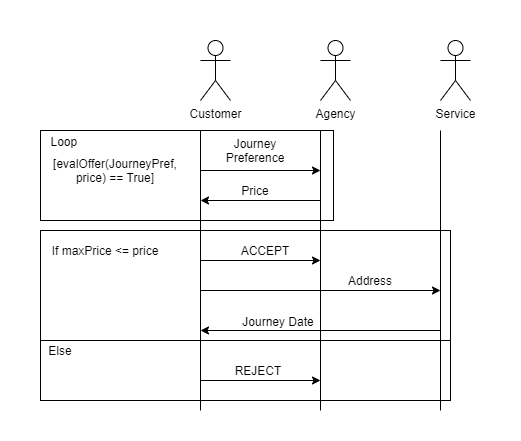
Before: Paper/Algorithm.png, a diagram exported from draw.io (MyNameIsSpike/Go-Rust-FreeST). Source tidied: cells renumbered, new cells last; positions are measured from the earlier drawing's top-left corner, leaving out a move shared by most shapes. The source it was exported from:
```xml
<mxGraphModel background="#ffffff">
  <root>
    <mxCell id="0" />
    <mxCell id="1" parent="0" />
    <mxCell id="2" value="Customer" style="shape=umlActor;verticalLabelPosition=bottom;verticalAlign=top;html=1;fillColor=none;" parent="1" vertex="1">
      <mxGeometry x="200" y="40" width="30" height="60" as="geometry" />
    </mxCell>
    <mxCell id="3" value="Agency" style="shape=umlActor;verticalLabelPosition=bottom;verticalAlign=top;html=1;fillColor=none;" parent="1" vertex="1">
      <mxGeometry x="320" y="40" width="30" height="60" as="geometry" />
    </mxCell>
    <mxCell id="4" value="Service&lt;br&gt;" style="shape=umlActor;verticalLabelPosition=bottom;verticalAlign=top;html=1;fillColor=none;" parent="1" vertex="1">
      <mxGeometry x="440" y="40" width="30" height="60" as="geometry" />
    </mxCell>
    <mxCell id="5" style="endArrow=none;html=1;" parent="1" edge="1">
      <mxGeometry relative="1" as="geometry">
        <mxPoint x="200" y="410" as="sourcePoint" />
        <mxPoint x="200" y="130" as="targetPoint" />
      </mxGeometry>
    </mxCell>
    <mxCell id="6" style="endArrow=none;html=1;" parent="1" edge="1">
      <mxGeometry relative="1" as="geometry">
        <mxPoint x="320" y="410" as="sourcePoint" />
        <mxPoint x="320" y="130" as="targetPoint" />
      </mxGeometry>
    </mxCell>
    <mxCell id="7" style="endArrow=none;html=1;" parent="1" edge="1">
      <mxGeometry relative="1" as="geometry">
        <mxPoint x="440" y="410" as="sourcePoint" />
        <mxPoint x="440" y="130" as="targetPoint" />
      </mxGeometry>
    </mxCell>
    <mxCell id="8" style="endArrow=classic;html=1;" parent="1" edge="1">
      <mxGeometry relative="1" as="geometry">
        <mxPoint x="200" y="170" as="sourcePoint" />
        <mxPoint x="320" y="170" as="targetPoint" />
      </mxGeometry>
    </mxCell>
    <mxCell id="9" style="rounded=0;whiteSpace=wrap;html=1;fillColor=none;" parent="1" vertex="1">
      <mxGeometry x="40" y="130" width="293" height="90" as="geometry" />
    </mxCell>
    <mxCell id="10" style="endArrow=classic;html=1;" parent="1" edge="1">
      <mxGeometry relative="1" as="geometry">
        <mxPoint x="320" y="200" as="sourcePoint" />
        <mxPoint x="200" y="200" as="targetPoint" />
      </mxGeometry>
    </mxCell>
    <mxCell id="11" value="Journey Preference" style="text;html=1;strokeColor=none;fillColor=none;align=center;verticalAlign=middle;whiteSpace=wrap;rounded=0;" parent="1" vertex="1">
      <mxGeometry x="210" y="140" width="90" height="20" as="geometry" />
    </mxCell>
    <mxCell id="12" value="Price" style="text;html=1;strokeColor=none;fillColor=none;align=center;verticalAlign=middle;whiteSpace=wrap;rounded=0;" parent="1" vertex="1">
      <mxGeometry x="235" y="180" width="40" height="20" as="geometry" />
    </mxCell>
    <mxCell id="13" value="Loop&amp;nbsp;" style="text;html=1;strokeColor=none;fillColor=none;align=center;verticalAlign=middle;whiteSpace=wrap;rounded=0;" parent="1" vertex="1">
      <mxGeometry x="40" y="130" width="51" height="22" as="geometry" />
    </mxCell>
    <mxCell id="14" value="[evalOffer(JourneyPref, price) == True]" style="text;html=1;strokeColor=none;fillColor=none;align=center;verticalAlign=middle;whiteSpace=wrap;rounded=0;" parent="1" vertex="1">
      <mxGeometry x="40" y="160" width="150" height="20" as="geometry" />
    </mxCell>
    <mxCell id="15" style="endArrow=classic;html=1;" parent="1" edge="1">
      <mxGeometry relative="1" as="geometry">
        <mxPoint x="200" y="260" as="sourcePoint" />
        <mxPoint x="320" y="260" as="targetPoint" />
      </mxGeometry>
    </mxCell>
    <mxCell id="16" style="endArrow=classic;html=1;" parent="1" edge="1">
      <mxGeometry relative="1" as="geometry">
        <mxPoint x="440" y="330" as="sourcePoint" />
        <mxPoint x="200" y="330" as="targetPoint" />
      </mxGeometry>
    </mxCell>
    <mxCell id="17" value="ACCEPT" style="text;html=1;strokeColor=none;fillColor=none;align=center;verticalAlign=middle;whiteSpace=wrap;rounded=0;" parent="1" vertex="1">
      <mxGeometry x="230" y="240" width="70" height="20" as="geometry" />
    </mxCell>
    <mxCell id="18" style="endArrow=classic;html=1;" parent="1" edge="1">
      <mxGeometry relative="1" as="geometry">
        <mxPoint x="200" y="290" as="sourcePoint" />
        <mxPoint x="440" y="290" as="targetPoint" />
      </mxGeometry>
    </mxCell>
    <mxCell id="19" value="Address" style="text;html=1;strokeColor=none;fillColor=none;align=center;verticalAlign=middle;whiteSpace=wrap;rounded=0;" parent="1" vertex="1">
      <mxGeometry x="340" y="270" width="60" height="20" as="geometry" />
    </mxCell>
    <mxCell id="20" value="Journey Date" style="text;html=1;strokeColor=none;fillColor=none;align=center;verticalAlign=middle;whiteSpace=wrap;rounded=0;" parent="1" vertex="1">
      <mxGeometry x="223" y="320" width="110" as="geometry" />
    </mxCell>
    <mxCell id="21" value="REJECT" style="text;html=1;strokeColor=none;fillColor=none;align=center;verticalAlign=middle;whiteSpace=wrap;rounded=0;" parent="1" vertex="1">
      <mxGeometry x="223" y="360" width="70" height="20" as="geometry" />
    </mxCell>
    <mxCell id="22" style="endArrow=classic;html=1;" parent="1" edge="1">
      <mxGeometry relative="1" as="geometry">
        <mxPoint x="200" y="380" as="sourcePoint" />
        <mxPoint x="320" y="380" as="targetPoint" />
      </mxGeometry>
    </mxCell>
    <mxCell id="23" style="rounded=0;whiteSpace=wrap;html=1;fillColor=none;" parent="1" vertex="1">
      <mxGeometry x="40" y="230" width="410" height="110" as="geometry" />
    </mxCell>
    <mxCell id="24" value="If maxPrice &amp;lt;= price" style="text;html=1;strokeColor=none;fillColor=none;align=center;verticalAlign=middle;whiteSpace=wrap;rounded=0;" parent="1" vertex="1">
      <mxGeometry x="40" y="240" width="130" height="20" as="geometry" />
    </mxCell>
    <mxCell id="25" style="rounded=0;whiteSpace=wrap;html=1;fillColor=none;" parent="1" vertex="1">
      <mxGeometry x="40" y="340" width="410" height="60" as="geometry" />
    </mxCell>
    <mxCell id="26" value="Else" style="text;html=1;strokeColor=none;fillColor=none;align=center;verticalAlign=middle;whiteSpace=wrap;rounded=0;" parent="1" vertex="1">
      <mxGeometry x="40" y="340" width="40" height="20" as="geometry" />
    </mxCell>
    <mxCell id="27" style="rounded=0;whiteSpace=wrap;html=1;fillColor=none;strokeWidth=1;opacity=0;" parent="1" vertex="1">
      <mxGeometry width="520" height="440" as="geometry" />
    </mxCell>
  </root>
</mxGraphModel>
```
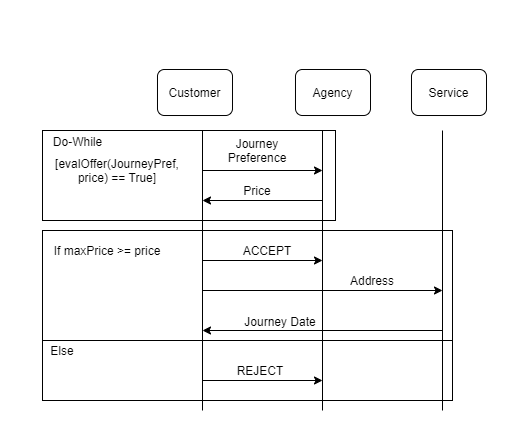
After the change.

What changed in the source:
```diff
@@ -1,16 +1,7 @@
-<mxGraphModel background="#ffffff">
+<mxGraphModel>
   <root>
     <mxCell id="0" />
     <mxCell id="1" parent="0" />
-    <mxCell id="2" value="Customer" style="shape=umlActor;verticalLabelPosition=bottom;verticalAlign=top;html=1;fillColor=none;" parent="1" vertex="1">
-      <mxGeometry x="200" y="40" width="30" height="60" as="geometry" />
-    </mxCell>
-    <mxCell id="3" value="Agency" style="shape=umlActor;verticalLabelPosition=bottom;verticalAlign=top;html=1;fillColor=none;" parent="1" vertex="1">
-      <mxGeometry x="320" y="40" width="30" height="60" as="geometry" />
-    </mxCell>
-    <mxCell id="4" value="Service&lt;br&gt;" style="shape=umlActor;verticalLabelPosition=bottom;verticalAlign=top;html=1;fillColor=none;" parent="1" vertex="1">
-      <mxGeometry x="440" y="40" width="30" height="60" as="geometry" />
-    </mxCell>
     <mxCell id="5" style="endArrow=none;html=1;" parent="1" edge="1">
       <mxGeometry relative="1" as="geometry">
         <mxPoint x="200" y="410" as="sourcePoint" />
@@ -50,8 +41,8 @@
     <mxCell id="12" value="Price" style="text;html=1;strokeColor=none;fillColor=none;align=center;verticalAlign=middle;whiteSpace=wrap;rounded=0;" parent="1" vertex="1">
       <mxGeometry x="235" y="180" width="40" height="20" as="geometry" />
     </mxCell>
-    <mxCell id="13" value="Loop&amp;nbsp;" style="text;html=1;strokeColor=none;fillColor=none;align=center;verticalAlign=middle;whiteSpace=wrap;rounded=0;" parent="1" vertex="1">
-      <mxGeometry x="40" y="130" width="51" height="22" as="geometry" />
+    <mxCell id="13" value="Do-While" style="text;html=1;strokeColor=none;fillColor=none;align=center;verticalAlign=middle;whiteSpace=wrap;rounded=0;" parent="1" vertex="1">
+      <mxGeometry x="40" y="130" width="71" height="22" as="geometry" />
     </mxCell>
     <mxCell id="14" value="[evalOffer(JourneyPref, price) == True]" style="text;html=1;strokeColor=none;fillColor=none;align=center;verticalAlign=middle;whiteSpace=wrap;rounded=0;" parent="1" vertex="1">
       <mxGeometry x="40" y="160" width="150" height="20" as="geometry" />
@@ -95,7 +86,7 @@
     <mxCell id="23" style="rounded=0;whiteSpace=wrap;html=1;fillColor=none;" parent="1" vertex="1">
       <mxGeometry x="40" y="230" width="410" height="110" as="geometry" />
     </mxCell>
-    <mxCell id="24" value="If maxPrice &amp;lt;= price" style="text;html=1;strokeColor=none;fillColor=none;align=center;verticalAlign=middle;whiteSpace=wrap;rounded=0;" parent="1" vertex="1">
+    <mxCell id="24" value="If maxPrice &amp;gt;= price" style="text;html=1;strokeColor=none;fillColor=none;align=center;verticalAlign=middle;whiteSpace=wrap;rounded=0;" parent="1" vertex="1">
       <mxGeometry x="40" y="240" width="130" height="20" as="geometry" />
     </mxCell>
     <mxCell id="25" style="rounded=0;whiteSpace=wrap;html=1;fillColor=none;" parent="1" vertex="1">
@@ -105,7 +96,16 @@
       <mxGeometry x="40" y="340" width="40" height="20" as="geometry" />
     </mxCell>
     <mxCell id="27" style="rounded=0;whiteSpace=wrap;html=1;fillColor=none;strokeWidth=1;opacity=0;" parent="1" vertex="1">
-      <mxGeometry width="520" height="440" as="geometry" />
+      <mxGeometry x="-2" width="520" height="440" as="geometry" />
     </mxCell>
+    <mxCell id="2" value="Customer" style="rounded=1;whiteSpace=wrap;html=1;" parent="1" vertex="1">
+      <mxGeometry x="155" y="69" width="75" height="46" as="geometry" />
+    </mxCell>
+    <mxCell id="3" value="Agency" style="rounded=1;whiteSpace=wrap;html=1;" parent="1" vertex="1">
+      <mxGeometry x="293" y="69" width="75" height="46" as="geometry" />
+    </mxCell>
+    <mxCell id="4" value="Service" style="rounded=1;whiteSpace=wrap;html=1;" parent="1" vertex="1">
+      <mxGeometry x="409" y="69" width="75" height="46" as="geometry" />
+    </mxCell>
   </root>
 </mxGraphModel>
```
